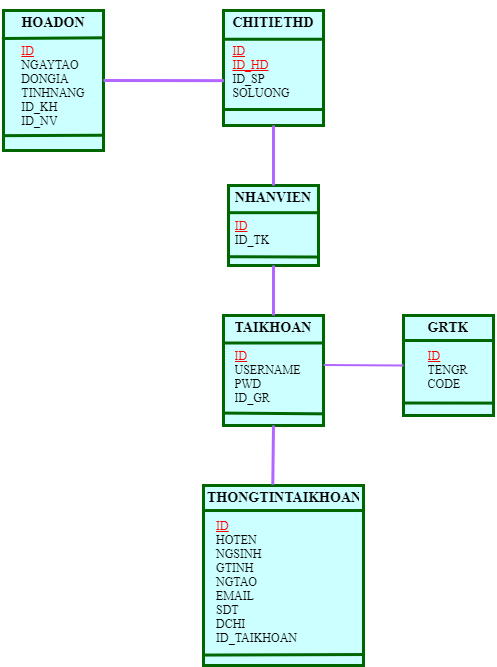
Above: erd.drawio.png in sunny-THS/QlyBanDT (draw.io), before the change. Source tidied: cells renumbered, new cells last; positions are measured from the earlier drawing's top-left corner, leaving out a move shared by most shapes.
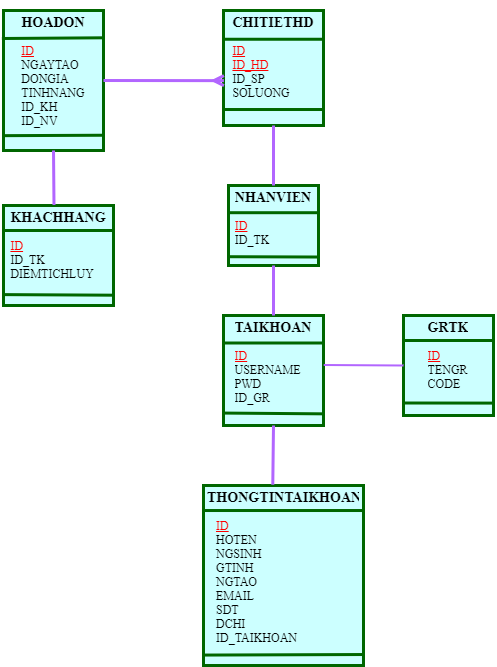
Later version of the same file.

Diff of the diagram source:
```diff
@@ -41,7 +41,7 @@
     <mxCell id="14" style="endArrow=none;html=1;startSize=6;strokeColor=#006600;strokeWidth=3;exitX=-0.004;exitY=0.861;exitDx=0;exitDy=0;exitPerimeter=0;entryX=1.012;entryY=0.861;entryDx=0;entryDy=0;entryPerimeter=0;" parent="1" edge="1" source="12" target="12">
       <mxGeometry relative="1" as="geometry" />
     </mxCell>
-    <mxCell id="15" style="endArrow=none;html=1;startSize=6;strokeWidth=3;exitX=1;exitY=0.5;exitDx=0;exitDy=0;entryX=0.004;entryY=0.61;entryDx=0;entryDy=0;entryPerimeter=0;strokeColor=#B266FF;" parent="1" edge="1" source="9" target="12">
+    <mxCell id="15" style="endArrow=ERmany;html=1;startSize=6;strokeWidth=3;exitX=1;exitY=0.5;exitDx=0;exitDy=0;entryX=0.004;entryY=0.61;entryDx=0;entryDy=0;entryPerimeter=0;strokeColor=#B266FF;endFill=0;" parent="1" edge="1" source="9" target="12">
       <mxGeometry relative="1" as="geometry" />
     </mxCell>
     <mxCell id="16" value="&lt;h3&gt;&lt;font color=&quot;#000000&quot; face=&quot;Times New Roman&quot;&gt;NHANVIEN&lt;br&gt;&lt;/font&gt;&lt;/h3&gt;&lt;div style=&quot;text-align: left&quot;&gt;&lt;font face=&quot;Times New Roman&quot; color=&quot;#ff0000&quot;&gt;&lt;u&gt;ID&lt;/u&gt;&lt;/font&gt;&lt;/div&gt;&lt;div style=&quot;text-align: left&quot;&gt;&lt;font color=&quot;#000000&quot; face=&quot;Times New Roman&quot;&gt;ID_TK&lt;/font&gt;&lt;/div&gt;" style="text;html=1;spacing=5;spacingTop=-20;whiteSpace=wrap;overflow=hidden;rounded=0;shadow=0;align=center;fillColor=#CCFFFF;strokeColor=#006600;strokeWidth=3;" parent="1" vertex="1">
@@ -71,5 +71,17 @@
     <mxCell id="24" style="endArrow=none;html=1;startSize=6;strokeWidth=3;entryX=0.5;entryY=1;entryDx=0;entryDy=0;exitX=0.433;exitY=-0.004;exitDx=0;exitDy=0;exitPerimeter=0;strokeColor=#B266FF;" parent="1" edge="1" source="21" target="5">
       <mxGeometry relative="1" as="geometry" />
     </mxCell>
+    <mxCell id="25" value="&lt;h3&gt;&lt;font color=&quot;#000000&quot; face=&quot;Times New Roman&quot;&gt;KHACHHANG&lt;br&gt;&lt;/font&gt;&lt;/h3&gt;&lt;div style=&quot;text-align: left&quot;&gt;&lt;font face=&quot;Times New Roman&quot; color=&quot;#ff0000&quot;&gt;&lt;u&gt;ID&lt;/u&gt;&lt;/font&gt;&lt;/div&gt;&lt;div style=&quot;text-align: left&quot;&gt;&lt;font color=&quot;#000000&quot; face=&quot;Times New Roman&quot;&gt;ID_TK&lt;/font&gt;&lt;/div&gt;&lt;div style=&quot;text-align: left&quot;&gt;&lt;font color=&quot;#000000&quot; face=&quot;Times New Roman&quot;&gt;DIEMTICHLUY&lt;/font&gt;&lt;/div&gt;" style="text;html=1;spacing=5;spacingTop=-20;whiteSpace=wrap;overflow=hidden;rounded=0;shadow=0;align=center;fillColor=#CCFFFF;strokeColor=#006600;strokeWidth=3;" parent="1" vertex="1">
+      <mxGeometry y="195" width="110" height="100" as="geometry" />
+    </mxCell>
+    <mxCell id="26" style="endArrow=none;html=1;startSize=6;strokeWidth=3;exitX=0;exitY=0.25;exitDx=0;exitDy=0;entryX=1;entryY=0.25;entryDx=0;entryDy=0;strokeColor=#006600;" parent="1" edge="1" source="25" target="25">
+      <mxGeometry relative="1" as="geometry" />
+    </mxCell>
+    <mxCell id="27" style="endArrow=none;html=1;startSize=6;strokeWidth=3;exitX=-0.013;exitY=0.891;exitDx=0;exitDy=0;exitPerimeter=0;entryX=1.012;entryY=0.897;entryDx=0;entryDy=0;entryPerimeter=0;strokeColor=#006600;" parent="1" edge="1" source="25" target="25">
+      <mxGeometry relative="1" as="geometry" />
+    </mxCell>
+    <mxCell id="28" style="endArrow=none;html=1;startSize=6;strokeWidth=3;entryX=0.5;entryY=1;entryDx=0;entryDy=0;exitX=0.459;exitY=-0.005;exitDx=0;exitDy=0;exitPerimeter=0;strokeColor=#B266FF;" parent="1" edge="1" source="25" target="9">
+      <mxGeometry relative="1" as="geometry" />
+    </mxCell>
   </root>
 </mxGraphModel>
```
